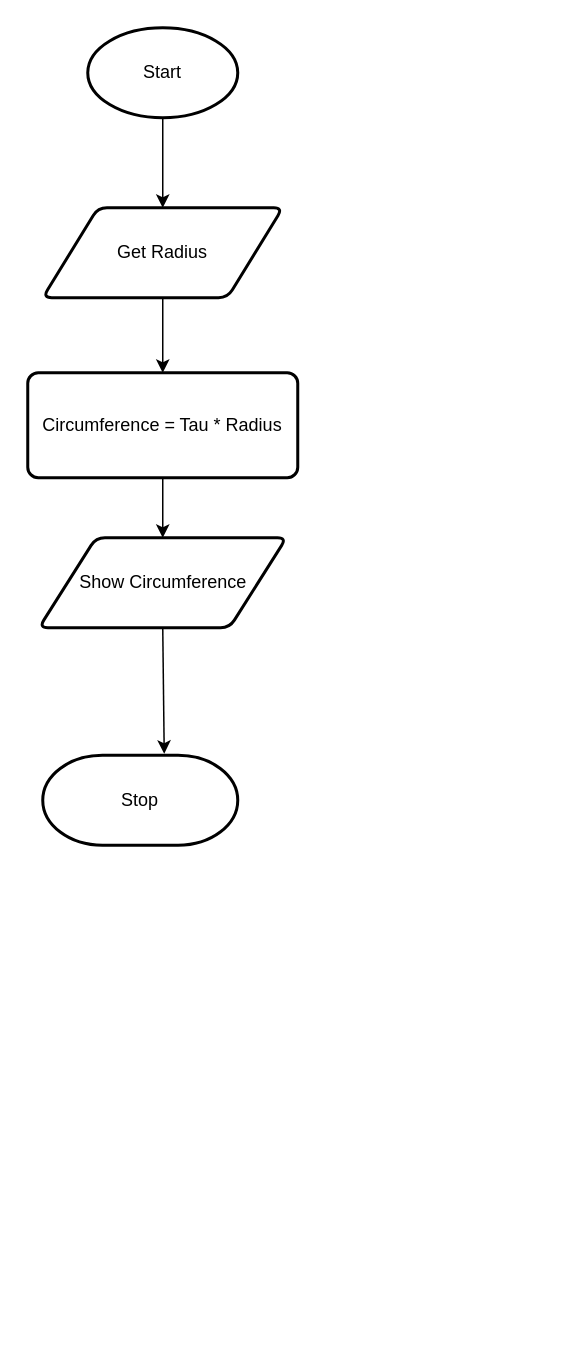
Earlier version of the draw.io diagram flowchart.drawio (Ethan-Prieur1/ICS3U-Unit5-05-Python). Source tidied: cells renumbered, new cells numbered last; positions are measured from the earlier drawing's top-left corner, leaving out a move shared by most shapes. Both pictures are drawn from the tidied source at 150%, with x=0, y=0 at pixel (27, 27).
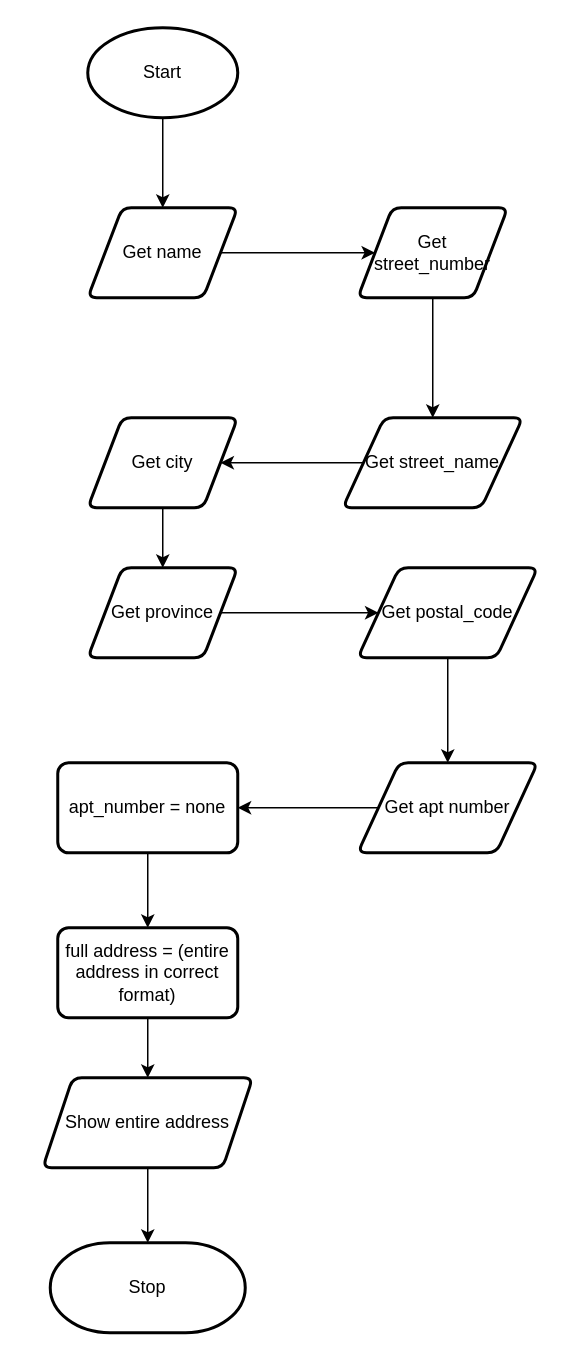
After the change.

Unchanged cells that the change refers to:
```xml
<mxCell id="3" value="Start" style="strokeWidth=2;html=1;shape=mxgraph.flowchart.start_1;whiteSpace=wrap;" parent="1" vertex="1">
  <mxGeometry x="40" width="100" height="60" as="geometry" />
</mxCell>
```

The edit, as a diff of the source:
```diff
@@
-    <mxCell id="2" style="edgeStyle=none;html=1;exitX=0.5;exitY=1;exitDx=0;exitDy=0;exitPerimeter=0;entryX=0.5;entryY=0;entryDx=0;entryDy=0;" parent="1" edge="1" source="3" target="5">
-      <mxGeometry relative="1" as="geometry" />
+    <mxCell id="2" style="edgeStyle=none;html=1;exitX=0.5;exitY=1;exitDx=0;exitDy=0;exitPerimeter=0;entryX=0.5;entryY=0;entryDx=0;entryDy=0;" parent="1" edge="1" source="3">
+      <mxGeometry relative="1" as="geometry">
+        <mxPoint x="90" y="120" as="targetPoint" />
+      </mxGeometry>
     </mxCell>
@@
-    <mxCell id="4" style="edgeStyle=none;html=1;exitX=0.5;exitY=1;exitDx=0;exitDy=0;entryX=0.5;entryY=0;entryDx=0;entryDy=0;" parent="1" edge="1" source="5" target="7">
-      <mxGeometry relative="1" as="geometry" />
-    </mxCell>
-    <mxCell id="5" value="Get Radius" style="shape=parallelogram;html=1;strokeWidth=2;perimeter=parallelogramPerimeter;whiteSpace=wrap;rounded=1;arcSize=12;size=0.23;" parent="1" vertex="1">
-      <mxGeometry x="10" y="120" width="160" height="60" as="geometry" />
-    </mxCell>
-    <mxCell id="6" style="edgeStyle=none;html=1;exitX=0.5;exitY=1;exitDx=0;exitDy=0;entryX=0.5;entryY=0;entryDx=0;entryDy=0;" parent="1" edge="1" source="7" target="9">
-      <mxGeometry relative="1" as="geometry" />
-    </mxCell>
-    <mxCell id="7" value="Circumference = Tau * Radius" style="rounded=1;whiteSpace=wrap;html=1;absoluteArcSize=1;arcSize=14;strokeWidth=2;" parent="1" vertex="1">
-      <mxGeometry y="230" width="180" height="70" as="geometry" />
-    </mxCell>
+    <mxCell id="10" value="Stop" style="strokeWidth=2;html=1;shape=mxgraph.flowchart.terminator;whiteSpace=wrap;" parent="1" vertex="1">
+      <mxGeometry x="15" y="810" width="130" height="60" as="geometry" />
+    </mxCell>
+    <mxCell id="11" style="edgeStyle=none;html=1;" parent="1" edge="1" source="8" target="13">
+      <mxGeometry relative="1" as="geometry" />
+    </mxCell>
-    <mxCell id="8" style="edgeStyle=none;html=1;exitX=0.5;exitY=1;exitDx=0;exitDy=0;entryX=0.623;entryY=-0.017;entryDx=0;entryDy=0;entryPerimeter=0;" parent="1" edge="1" source="9" target="10">
-      <mxGeometry relative="1" as="geometry" />
+    <mxCell id="8" value="Get name" style="shape=parallelogram;html=1;strokeWidth=2;perimeter=parallelogramPerimeter;whiteSpace=wrap;rounded=1;arcSize=12;size=0.23;" parent="1" vertex="1">
+      <mxGeometry x="40" y="120" width="100" height="60" as="geometry" />
     </mxCell>
-    <mxCell id="9" value="Show Circumference" style="shape=parallelogram;html=1;strokeWidth=2;perimeter=parallelogramPerimeter;whiteSpace=wrap;rounded=1;arcSize=12;size=0.23;" parent="1" vertex="1">
-      <mxGeometry x="7.5" y="340" width="165" height="60" as="geometry" />
-    </mxCell>
-    <mxCell id="10" value="Stop" style="strokeWidth=2;html=1;shape=mxgraph.flowchart.terminator;whiteSpace=wrap;" parent="1" vertex="1">
-      <mxGeometry x="10" y="485" width="130" height="60" as="geometry" />
-    </mxCell>
+    <mxCell id="12" style="edgeStyle=none;html=1;" parent="1" edge="1" source="13" target="15">
+      <mxGeometry relative="1" as="geometry" />
+    </mxCell>
+    <mxCell id="13" value="Get street_number" style="shape=parallelogram;html=1;strokeWidth=2;perimeter=parallelogramPerimeter;whiteSpace=wrap;rounded=1;arcSize=12;size=0.23;" parent="1" vertex="1">
+      <mxGeometry x="220" y="120" width="100" height="60" as="geometry" />
+    </mxCell>
+    <mxCell id="14" style="edgeStyle=none;html=1;" parent="1" edge="1" source="15" target="17">
+      <mxGeometry relative="1" as="geometry" />
+    </mxCell>
+    <mxCell id="15" value="Get street_name" style="shape=parallelogram;html=1;strokeWidth=2;perimeter=parallelogramPerimeter;whiteSpace=wrap;rounded=1;arcSize=12;size=0.23;" parent="1" vertex="1">
+      <mxGeometry x="210" y="260" width="120" height="60" as="geometry" />
+    </mxCell>
+    <mxCell id="16" style="edgeStyle=none;html=1;" parent="1" edge="1" source="17" target="19">
+      <mxGeometry relative="1" as="geometry" />
+    </mxCell>
+    <mxCell id="17" value="Get city" style="shape=parallelogram;html=1;strokeWidth=2;perimeter=parallelogramPerimeter;whiteSpace=wrap;rounded=1;arcSize=12;size=0.23;" parent="1" vertex="1">
+      <mxGeometry x="40" y="260" width="100" height="60" as="geometry" />
+    </mxCell>
+    <mxCell id="18" style="edgeStyle=none;html=1;" parent="1" edge="1" source="19" target="21">
+      <mxGeometry relative="1" as="geometry" />
+    </mxCell>
+    <mxCell id="19" value="Get province" style="shape=parallelogram;html=1;strokeWidth=2;perimeter=parallelogramPerimeter;whiteSpace=wrap;rounded=1;arcSize=12;size=0.23;" parent="1" vertex="1">
+      <mxGeometry x="40" y="360" width="100" height="60" as="geometry" />
+    </mxCell>
+    <mxCell id="20" style="edgeStyle=none;html=1;" parent="1" edge="1" source="21" target="23">
+      <mxGeometry relative="1" as="geometry" />
+    </mxCell>
+    <mxCell id="21" value="Get postal_code" style="shape=parallelogram;html=1;strokeWidth=2;perimeter=parallelogramPerimeter;whiteSpace=wrap;rounded=1;arcSize=12;size=0.23;" parent="1" vertex="1">
+      <mxGeometry x="220" y="360" width="120" height="60" as="geometry" />
+    </mxCell>
+    <mxCell id="22" style="edgeStyle=none;html=1;" parent="1" edge="1" source="23" target="25">
+      <mxGeometry relative="1" as="geometry" />
+    </mxCell>
+    <mxCell id="23" value="Get apt number" style="shape=parallelogram;html=1;strokeWidth=2;perimeter=parallelogramPerimeter;whiteSpace=wrap;rounded=1;arcSize=12;size=0.23;" parent="1" vertex="1">
+      <mxGeometry x="220" y="490" width="120" height="60" as="geometry" />
+    </mxCell>
+    <mxCell id="24" style="edgeStyle=none;html=1;" parent="1" edge="1" source="25" target="27">
+      <mxGeometry relative="1" as="geometry" />
+    </mxCell>
+    <mxCell id="25" value="apt_number = none" style="whiteSpace=wrap;html=1;strokeWidth=2;rounded=1;arcSize=12;" parent="1" vertex="1">
+      <mxGeometry x="20" y="490" width="120" height="60" as="geometry" />
+    </mxCell>
+    <mxCell id="26" style="edgeStyle=none;html=1;" parent="1" edge="1" source="27" target="29">
+      <mxGeometry relative="1" as="geometry" />
+    </mxCell>
+    <mxCell id="27" value="full address = (entire address in correct format)" style="whiteSpace=wrap;html=1;strokeWidth=2;rounded=1;arcSize=12;" parent="1" vertex="1">
+      <mxGeometry x="20" y="600" width="120" height="60" as="geometry" />
+    </mxCell>
+    <mxCell id="28" style="edgeStyle=none;html=1;" parent="1" edge="1" source="29" target="10">
+      <mxGeometry relative="1" as="geometry" />
+    </mxCell>
+    <mxCell id="29" value="Show entire address" style="shape=parallelogram;perimeter=parallelogramPerimeter;whiteSpace=wrap;html=1;fixedSize=1;strokeWidth=2;rounded=1;arcSize=12;" parent="1" vertex="1">
+      <mxGeometry x="10" y="700" width="140" height="60" as="geometry" />
+    </mxCell>
```
